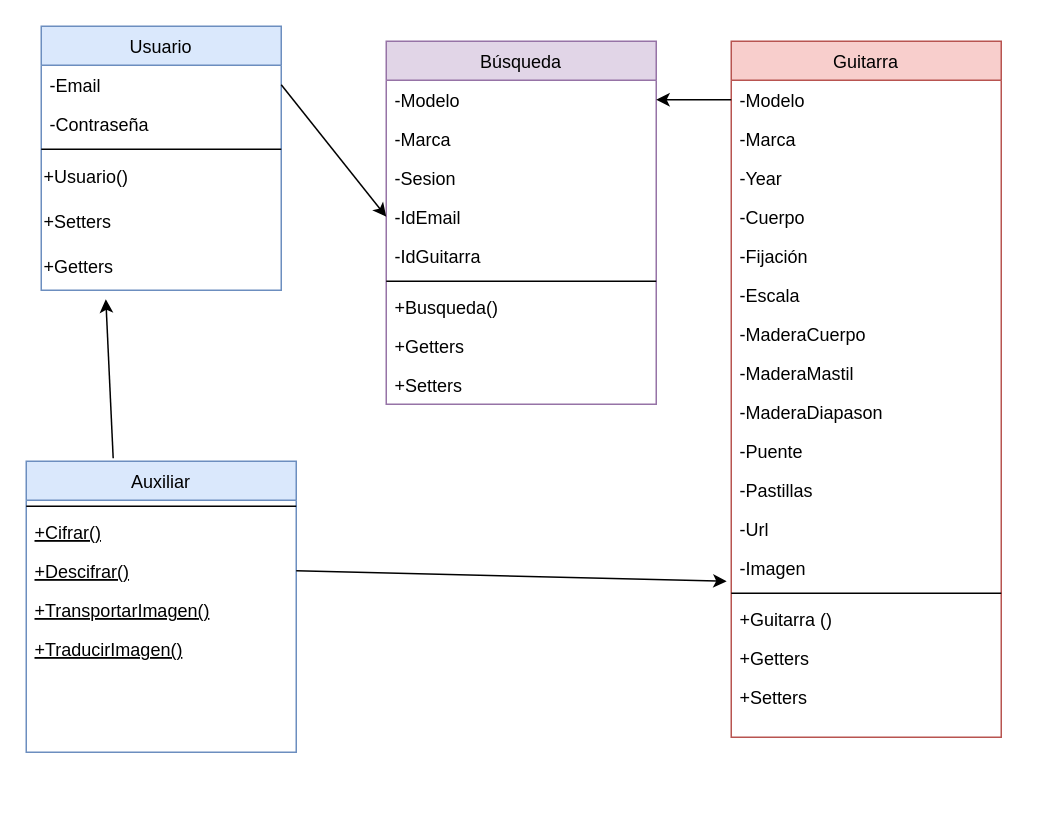
okronar/ProyectoFinalSergioRamos keeps this draw.io diagram as mockups/DiagramaClases.drawio. Above is the earlier version. Source tidied: cells renumbered, new cells numbered last; positions are measured from the earlier drawing's top-left corner, leaving out a move shared by most shapes. Both pictures are drawn from the tidied source at 150%, with x=0, y=0 at pixel (26, 26).
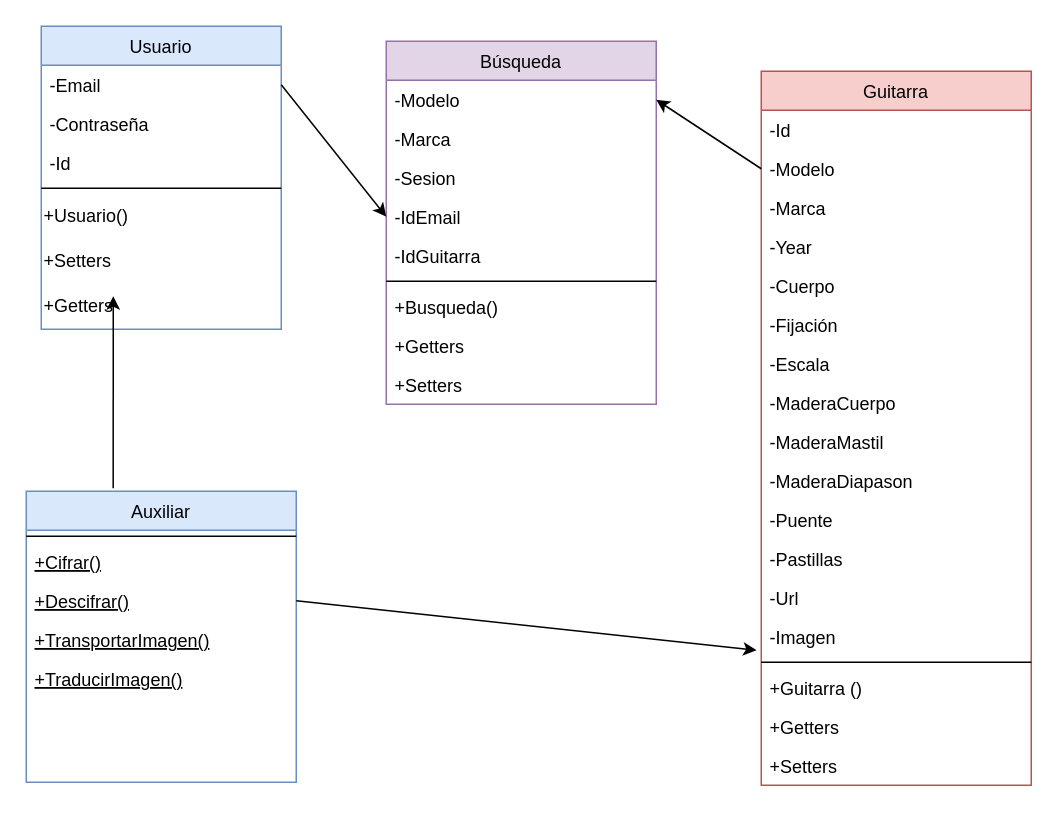
The same page after the edit.

Diff of the diagram source:
```diff
@@
     <mxCell id="2" value="Usuario" style="swimlane;fontStyle=0;align=center;verticalAlign=top;horizontal=1;startSize=26;rounded=0;shadow=0;strokeWidth=1;fillColor=#dae8fc;strokeColor=#6c8ebf;" parent="1" vertex="1">
-      <mxGeometry x="10" width="160" height="176" as="geometry" />
+      <mxGeometry x="10" width="160" height="202" as="geometry" />
     </mxCell>
@@
+    <mxCell id="47" value="-Id" style="text;align=left;verticalAlign=top;spacingLeft=4;spacingRight=4;overflow=hidden;rounded=0;shadow=0;html=0;" parent="2" vertex="1">
+      <mxGeometry y="78" width="160" height="26" as="geometry" />
+    </mxCell>
     <mxCell id="5" style="line;html=1;strokeWidth=1;align=left;verticalAlign=middle;spacingTop=-1;spacingLeft=3;spacingRight=3;labelPosition=right;" parent="2" vertex="1">
-      <mxGeometry y="78" width="160" height="8" as="geometry" />
+      <mxGeometry y="104" width="160" height="8" as="geometry" />
     </mxCell>
     <mxCell id="6" value="+Usuario()" style="text;html=1;align=left;verticalAlign=middle;strokeColor=none;fillColor=none;" parent="2" vertex="1">
-      <mxGeometry y="86" width="160" height="30" as="geometry" />
+      <mxGeometry y="112" width="160" height="30" as="geometry" />
     </mxCell>
     <mxCell id="7" value="+Setters" style="text;html=1;align=left;verticalAlign=middle;strokeColor=none;fillColor=none;" parent="2" vertex="1">
-      <mxGeometry y="116" width="160" height="30" as="geometry" />
+      <mxGeometry y="142" width="160" height="30" as="geometry" />
     </mxCell>
     <mxCell id="8" value="+Getters" style="text;html=1;align=left;verticalAlign=middle;points=[];strokeColor=none;fillColor=none;" parent="2" vertex="1">
-      <mxGeometry y="146" width="160" height="30" as="geometry" />
+      <mxGeometry y="172" width="160" height="30" as="geometry" />
     </mxCell>
     <mxCell id="9" value="Guitarra" style="swimlane;fontStyle=0;align=center;verticalAlign=top;horizontal=1;startSize=26;rounded=0;shadow=0;strokeWidth=1;fillColor=#f8cecc;strokeColor=#b85450;" parent="1" vertex="1">
-      <mxGeometry x="470" y="10" width="180" height="464" as="geometry" />
+      <mxGeometry x="490" y="30" width="180" height="476" as="geometry" />
     </mxCell>
+    <mxCell id="48" value="-Id" style="text;align=left;verticalAlign=top;spacingLeft=4;spacingRight=4;overflow=hidden;" parent="9" vertex="1">
+      <mxGeometry y="26" width="180" height="26" as="geometry" />
+    </mxCell>
     <mxCell id="10" value="-Modelo" style="text;align=left;verticalAlign=top;spacingLeft=4;spacingRight=4;overflow=hidden;points=[[0,0.5],[1,0.5]];portConstraint=eastwest;" parent="9" vertex="1">
-      <mxGeometry y="26" width="180" height="26" as="geometry" />
+      <mxGeometry y="52" width="180" height="26" as="geometry" />
     </mxCell>
     <mxCell id="11" value="-Marca" style="text;align=left;verticalAlign=top;spacingLeft=4;spacingRight=4;overflow=hidden;" parent="9" vertex="1">
-      <mxGeometry y="52" width="180" height="26" as="geometry" />
+      <mxGeometry y="78" width="180" height="26" as="geometry" />
     </mxCell>
     <mxCell id="12" value="-Year" style="text;align=left;verticalAlign=top;spacingLeft=4;spacingRight=4;overflow=hidden;" parent="9" vertex="1">
-      <mxGeometry y="78" width="180" height="26" as="geometry" />
+      <mxGeometry y="104" width="180" height="26" as="geometry" />
     </mxCell>
     <mxCell id="13" value="-Cuerpo" style="text;align=left;verticalAlign=top;spacingLeft=4;spacingRight=4;overflow=hidden;" parent="9" vertex="1">
-      <mxGeometry y="104" width="180" height="26" as="geometry" />
+      <mxGeometry y="130" width="180" height="26" as="geometry" />
     </mxCell>
     <mxCell id="14" value="-Fijación" style="text;align=left;verticalAlign=top;spacingLeft=4;spacingRight=4;overflow=hidden;" parent="9" vertex="1">
-      <mxGeometry y="130" width="180" height="26" as="geometry" />
+      <mxGeometry y="156" width="180" height="26" as="geometry" />
     </mxCell>
     <mxCell id="15" value="-Escala" style="text;align=left;verticalAlign=top;spacingLeft=4;spacingRight=4;overflow=hidden;" parent="9" vertex="1">
-      <mxGeometry y="156" width="180" height="26" as="geometry" />
+      <mxGeometry y="182" width="180" height="26" as="geometry" />
     </mxCell>
     <mxCell id="16" value="-MaderaCuerpo" style="text;align=left;verticalAlign=top;spacingLeft=4;spacingRight=4;overflow=hidden;" parent="9" vertex="1">
-      <mxGeometry y="182" width="180" height="26" as="geometry" />
+      <mxGeometry y="208" width="180" height="26" as="geometry" />
     </mxCell>
     <mxCell id="17" value="-MaderaMastil" style="text;align=left;verticalAlign=top;spacingLeft=4;spacingRight=4;overflow=hidden;" parent="9" vertex="1">
-      <mxGeometry y="208" width="180" height="26" as="geometry" />
+      <mxGeometry y="234" width="180" height="26" as="geometry" />
     </mxCell>
     <mxCell id="18" value="-MaderaDiapason" style="text;align=left;verticalAlign=top;spacingLeft=4;spacingRight=4;overflow=hidden;" parent="9" vertex="1">
-      <mxGeometry y="234" width="180" height="26" as="geometry" />
+      <mxGeometry y="260" width="180" height="26" as="geometry" />
     </mxCell>
     <mxCell id="19" value="-Puente" style="text;align=left;verticalAlign=top;spacingLeft=4;spacingRight=4;overflow=hidden;" parent="9" vertex="1">
-      <mxGeometry y="260" width="180" height="26" as="geometry" />
+      <mxGeometry y="286" width="180" height="26" as="geometry" />
     </mxCell>
     <mxCell id="20" value="-Pastillas" style="text;align=left;verticalAlign=top;spacingLeft=4;spacingRight=4;overflow=hidden;rounded=0;shadow=0;html=0;" parent="9" vertex="1">
-      <mxGeometry y="286" width="180" height="26" as="geometry" />
+      <mxGeometry y="312" width="180" height="26" as="geometry" />
     </mxCell>
     <mxCell id="21" value="-Url" style="text;align=left;verticalAlign=top;spacingLeft=4;spacingRight=4;overflow=hidden;rounded=0;shadow=0;html=0;" parent="9" vertex="1">
-      <mxGeometry y="312" width="180" height="26" as="geometry" />
+      <mxGeometry y="338" width="180" height="26" as="geometry" />
     </mxCell>
     <mxCell id="22" value="-Imagen" style="text;align=left;verticalAlign=top;spacingLeft=4;spacingRight=4;overflow=hidden;points=[[0,0.5],[1,0.5]];portConstraint=eastwest;rounded=0;shadow=0;html=0;" parent="9" vertex="1">
-      <mxGeometry y="338" width="180" height="26" as="geometry" />
+      <mxGeometry y="364" width="180" height="26" as="geometry" />
     </mxCell>
     <mxCell id="23" style="line;html=1;strokeWidth=1;align=left;verticalAlign=middle;spacingTop=-1;spacingLeft=3;spacingRight=3;labelPosition=right;" parent="9" vertex="1">
-      <mxGeometry y="364" width="180" height="8" as="geometry" />
+      <mxGeometry y="390" width="180" height="8" as="geometry" />
     </mxCell>
     <mxCell id="24" value="+Guitarra ()  " style="text;align=left;verticalAlign=top;spacingLeft=4;spacingRight=4;overflow=hidden;" parent="9" vertex="1">
-      <mxGeometry y="372" width="180" height="26" as="geometry" />
+      <mxGeometry y="398" width="180" height="26" as="geometry" />
     </mxCell>
     <mxCell id="25" value="+Getters" style="text;align=left;verticalAlign=top;spacingLeft=4;spacingRight=4;overflow=hidden;" parent="9" vertex="1">
-      <mxGeometry y="398" width="180" height="26" as="geometry" />
+      <mxGeometry y="424" width="180" height="26" as="geometry" />
     </mxCell>
     <mxCell id="26" value="+Setters" style="text;align=left;verticalAlign=top;spacingLeft=4;spacingRight=4;overflow=hidden;" parent="9" vertex="1">
-      <mxGeometry y="424" width="180" height="26" as="geometry" />
+      <mxGeometry y="450" width="180" height="26" as="geometry" />
     </mxCell>
@@
     <mxCell id="37" value="Auxiliar" style="swimlane;fontStyle=0;align=center;verticalAlign=top;horizontal=1;startSize=26;rounded=0;shadow=0;strokeWidth=1;fillColor=#dae8fc;strokeColor=#6c8ebf;" parent="1" vertex="1">
-      <mxGeometry y="290" width="180" height="194" as="geometry" />
+      <mxGeometry y="310" width="180" height="194" as="geometry" />
     </mxCell>
@@
-    <mxCell id="43" style="endArrow=classic;html=1;rounded=0;entryX=0.269;entryY=1.2;entryDx=0;entryDy=0;entryPerimeter=0;exitX=0.322;exitY=-0.01;exitDx=0;exitDy=0;exitPerimeter=0;" parent="1" edge="1" source="37" target="8">
-      <mxGeometry relative="1" as="geometry" />
+    <mxCell id="43" style="endArrow=classic;html=1;rounded=0;exitX=0.322;exitY=-0.01;exitDx=0;exitDy=0;exitPerimeter=0;" parent="1" edge="1" source="37">
+      <mxGeometry relative="1" as="geometry">
+        <mxPoint x="58" y="180" as="targetPoint" />
+      </mxGeometry>
     </mxCell>
```
